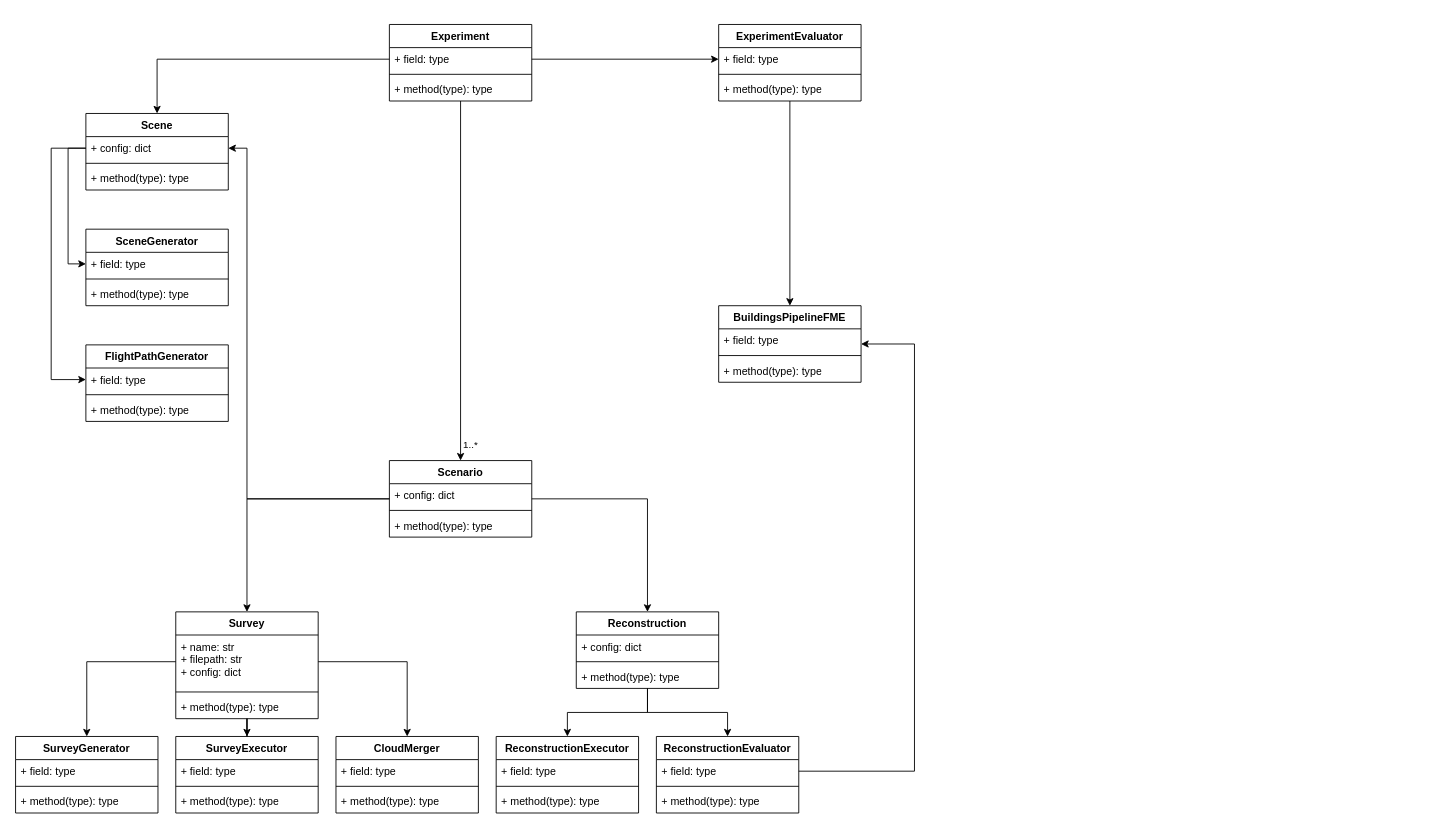
Before: uml/city-to-scan-to-city.drawio in florifal/city-to-scan-to-city, a draw.io diagram. Source tidied: cells renumbered, new cells numbered last; positions are measured from the earlier drawing's top-left corner, leaving out a move shared by most shapes. Both pictures are drawn from the tidied source at 89%, with x=0, y=0 at pixel (15, 24).
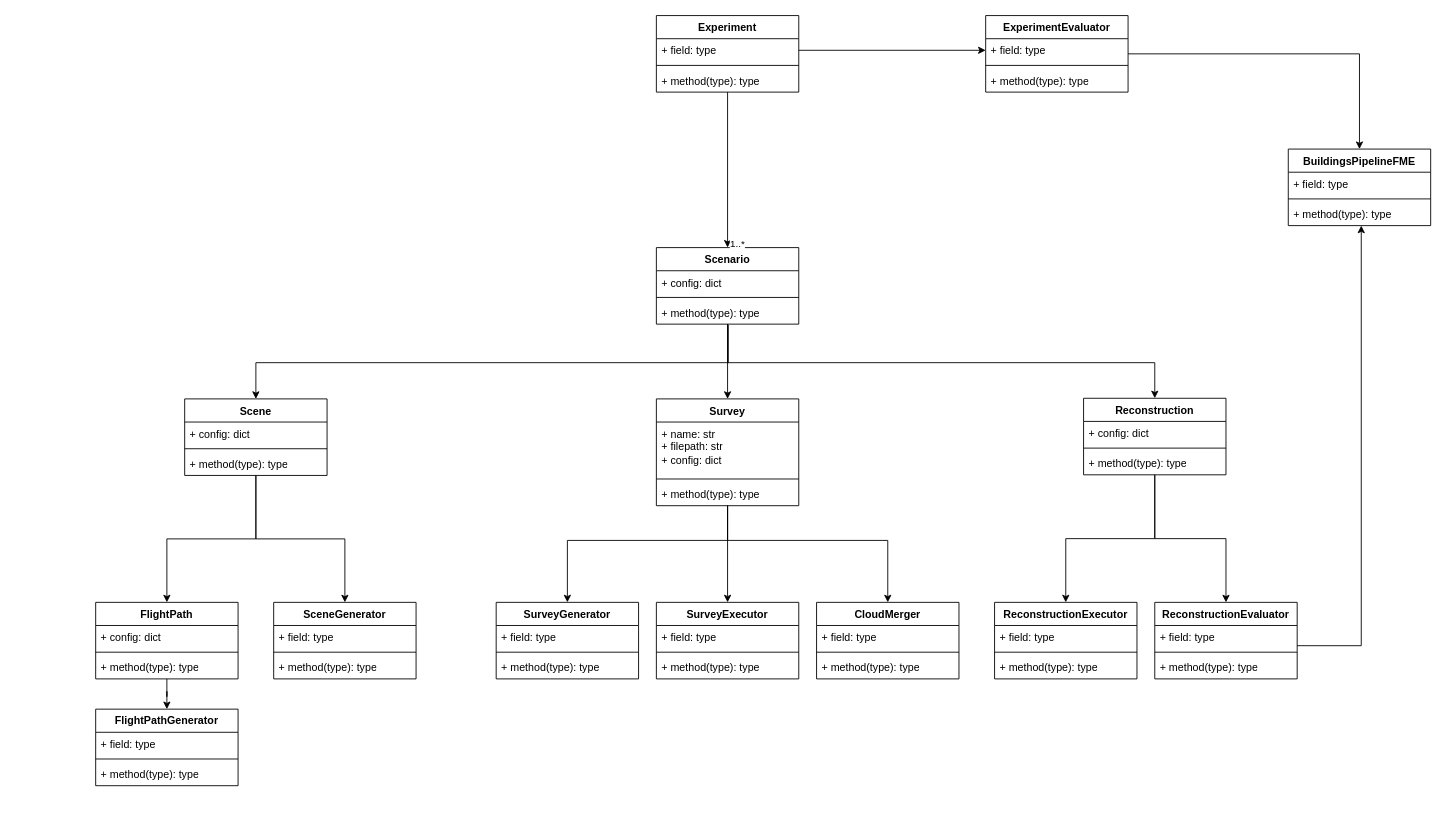
The same diagram, later.

Commit message:
Update UML diagram again

Advance plans for pipeline structure further.

The change refers to these unchanged cells:
```xml
<mxCell id="16" value="+ method(type): type" style="text;strokeColor=none;fillColor=none;align=left;verticalAlign=top;spacingLeft=4;spacingRight=4;overflow=hidden;points=[[0,0.5],[1,0.5]];portConstraint=eastwest;whiteSpace=wrap;html=1;" parent="13" vertex="1">
  <mxGeometry y="60" width="160" height="26" as="geometry" />
</mxCell>
<mxCell id="18" value="+ field: type" style="text;strokeColor=none;fillColor=none;align=left;verticalAlign=top;spacingLeft=4;spacingRight=4;overflow=hidden;points=[[0,0.5],[1,0.5]];portConstraint=eastwest;whiteSpace=wrap;html=1;" parent="17" vertex="1">
  <mxGeometry y="26" width="160" height="26" as="geometry" />
</mxCell>
<mxCell id="22" value="+ field: type" style="text;strokeColor=none;fillColor=none;align=left;verticalAlign=top;spacingLeft=4;spacingRight=4;overflow=hidden;points=[[0,0.5],[1,0.5]];portConstraint=eastwest;whiteSpace=wrap;html=1;" parent="21" vertex="1">
  <mxGeometry y="26" width="160" height="26" as="geometry" />
</mxCell>
<mxCell id="26" value="+ name: str&lt;div&gt;+ filepath: str&lt;/div&gt;&lt;div&gt;+ config: dict&lt;/div&gt;" style="text;strokeColor=none;fillColor=none;align=left;verticalAlign=top;spacingLeft=4;spacingRight=4;overflow=hidden;points=[[0,0.5],[1,0.5]];portConstraint=eastwest;whiteSpace=wrap;html=1;" parent="25" vertex="1">
  <mxGeometry y="26" width="160" height="60" as="geometry" />
</mxCell>
<mxCell id="32" value="+ field: type" style="text;strokeColor=none;fillColor=none;align=left;verticalAlign=top;spacingLeft=4;spacingRight=4;overflow=hidden;points=[[0,0.5],[1,0.5]];portConstraint=eastwest;whiteSpace=wrap;html=1;" parent="31" vertex="1">
  <mxGeometry y="26" width="160" height="26" as="geometry" />
</mxCell>
<mxCell id="41" value="+ config: dict" style="text;strokeColor=none;fillColor=none;align=left;verticalAlign=top;spacingLeft=4;spacingRight=4;overflow=hidden;points=[[0,0.5],[1,0.5]];portConstraint=eastwest;whiteSpace=wrap;html=1;" parent="40" vertex="1">
  <mxGeometry y="26" width="160" height="26" as="geometry" />
</mxCell>
<mxCell id="60" value="+ field: type" style="text;strokeColor=none;fillColor=none;align=left;verticalAlign=top;spacingLeft=4;spacingRight=4;overflow=hidden;points=[[0,0.5],[1,0.5]];portConstraint=eastwest;whiteSpace=wrap;html=1;" parent="59" vertex="1">
  <mxGeometry y="26" width="160" height="26" as="geometry" />
</mxCell>
<mxCell id="66" value="+ method(type): type" style="text;strokeColor=none;fillColor=none;align=left;verticalAlign=top;spacingLeft=4;spacingRight=4;overflow=hidden;points=[[0,0.5],[1,0.5]];portConstraint=eastwest;whiteSpace=wrap;html=1;" parent="63" vertex="1">
  <mxGeometry y="60" width="160" height="26" as="geometry" />
</mxCell>
```

Change to the diagram source:
```diff
@@
     <mxCell id="2" value="SurveyGenerator" style="swimlane;fontStyle=1;align=center;verticalAlign=top;horizontal=1;startSize=26;whiteSpace=wrap;html=1;" parent="1" vertex="1">
-      <mxGeometry y="800" width="160" height="86" as="geometry" />
+      <mxGeometry x="540" y="649.3" width="160" height="86" as="geometry" />
     </mxCell>
@@
     <mxCell id="6" value="SurveyExecutor" style="swimlane;fontStyle=1;align=center;verticalAlign=top;horizontal=1;startSize=26;whiteSpace=wrap;html=1;" parent="1" vertex="1">
-      <mxGeometry x="180" y="800" width="160" height="86" as="geometry" />
+      <mxGeometry x="720" y="649.3" width="160" height="86" as="geometry" />
     </mxCell>
@@
     <mxCell id="10" style="edgeStyle=orthogonalEdgeStyle;rounded=0;jettySize=auto;html=1;entryX=0.5;entryY=0;entryDx=0;entryDy=0;" parent="1" edge="1" source="13" target="25">
-      <mxGeometry relative="1" as="geometry" />
+      <mxGeometry relative="1" as="geometry">
+        <Array as="points">
+          <mxPoint x="800" y="421" />
+        </Array>
+      </mxGeometry>
     </mxCell>
-    <mxCell id="11" style="edgeStyle=orthogonalEdgeStyle;rounded=0;jettySize=auto;html=1;" parent="1" edge="1" source="13" target="51">
-      <mxGeometry relative="1" as="geometry" />
+    <mxCell id="11" style="edgeStyle=orthogonalEdgeStyle;rounded=0;jettySize=auto;html=1;entryX=0.5;entryY=0;entryDx=0;entryDy=0;" parent="1" edge="1" source="13" target="51">
+      <mxGeometry relative="1" as="geometry">
+        <Array as="points">
+          <mxPoint x="800" y="380" />
+          <mxPoint x="1280" y="380" />
+        </Array>
+      </mxGeometry>
     </mxCell>
-    <mxCell id="12" style="edgeStyle=orthogonalEdgeStyle;rounded=0;jettySize=auto;html=1;entryX=1;entryY=0.5;entryDx=0;entryDy=0;" parent="1" edge="1" source="13" target="41">
-      <mxGeometry relative="1" as="geometry">
-        <Array as="points">
-          <mxPoint x="260" y="533" />
-          <mxPoint x="260" y="139" />
-        </Array>
-      </mxGeometry>
-    </mxCell>
     <mxCell id="13" value="Scenario" style="swimlane;fontStyle=1;align=center;verticalAlign=top;horizontal=1;startSize=26;whiteSpace=wrap;html=1;" parent="1" vertex="1">
-      <mxGeometry x="420" y="490" width="160" height="86" as="geometry" />
+      <mxGeometry x="720" y="250.7" width="160" height="86" as="geometry" />
     </mxCell>
@@
     <mxCell id="17" value="&lt;div&gt;FlightPathGenerator&lt;/div&gt;" style="swimlane;fontStyle=1;align=center;verticalAlign=top;horizontal=1;startSize=26;whiteSpace=wrap;html=1;" parent="1" vertex="1">
-      <mxGeometry x="79" y="360" width="160" height="86" as="geometry" />
+      <mxGeometry x="90" y="769.3" width="160" height="86" as="geometry" />
     </mxCell>
@@
     <mxCell id="21" value="SceneGenerator" style="swimlane;fontStyle=1;align=center;verticalAlign=top;horizontal=1;startSize=26;whiteSpace=wrap;html=1;" parent="1" vertex="1">
-      <mxGeometry x="79" y="230" width="160" height="86" as="geometry" />
+      <mxGeometry x="290" y="649.3" width="160" height="86" as="geometry" />
     </mxCell>
@@
+    <mxCell id="74" style="edgeStyle=orthogonalEdgeStyle;rounded=0;jettySize=auto;html=1;entryX=0.5;entryY=0;entryDx=0;entryDy=0;" parent="1" edge="1" source="25" target="2">
+      <mxGeometry relative="1" as="geometry">
+        <Array as="points">
+          <mxPoint x="800" y="579.7" />
+          <mxPoint x="620" y="579.7" />
+        </Array>
+      </mxGeometry>
+    </mxCell>
+    <mxCell id="30" style="edgeStyle=orthogonalEdgeStyle;rounded=0;jettySize=auto;html=1;entryX=0.5;entryY=0;entryDx=0;entryDy=0;" parent="1" edge="1" source="25" target="6">
+      <mxGeometry relative="1" as="geometry" />
+    </mxCell>
+    <mxCell id="75" style="edgeStyle=orthogonalEdgeStyle;rounded=0;jettySize=auto;html=1;entryX=0.5;entryY=0;entryDx=0;entryDy=0;" parent="1" edge="1" source="25" target="35">
+      <mxGeometry relative="1" as="geometry">
+        <Array as="points">
+          <mxPoint x="800" y="579.7" />
+          <mxPoint x="980" y="579.7" />
+        </Array>
+      </mxGeometry>
+    </mxCell>
     <mxCell id="25" value="Survey" style="swimlane;fontStyle=1;align=center;verticalAlign=top;horizontal=1;startSize=26;whiteSpace=wrap;html=1;" parent="1" vertex="1">
-      <mxGeometry x="180" y="660" width="160" height="120" as="geometry" />
+      <mxGeometry x="720" y="420.7" width="160" height="120" as="geometry" />
     </mxCell>
@@
-    <mxCell id="29" style="edgeStyle=orthogonalEdgeStyle;rounded=0;jettySize=auto;html=1;exitX=0;exitY=0.5;exitDx=0;exitDy=0;entryX=0.5;entryY=0;entryDx=0;entryDy=0;" parent="1" edge="1" source="26" target="2">
-      <mxGeometry relative="1" as="geometry" />
-    </mxCell>
-    <mxCell id="30" style="edgeStyle=orthogonalEdgeStyle;rounded=0;jettySize=auto;html=1;" parent="1" edge="1" source="25" target="6">
-      <mxGeometry relative="1" as="geometry" />
-    </mxCell>
     <mxCell id="31" value="Experiment" style="swimlane;fontStyle=1;align=center;verticalAlign=top;horizontal=1;startSize=26;whiteSpace=wrap;html=1;" parent="1" vertex="1">
-      <mxGeometry x="420" width="160" height="86" as="geometry" />
+      <mxGeometry x="720" y="-10" width="160" height="86" as="geometry" />
     </mxCell>
@@
     <mxCell id="35" value="CloudMerger" style="swimlane;fontStyle=1;align=center;verticalAlign=top;horizontal=1;startSize=26;whiteSpace=wrap;html=1;" parent="1" vertex="1">
-      <mxGeometry x="360" y="800" width="160" height="86" as="geometry" />
+      <mxGeometry x="900" y="649.3" width="160" height="86" as="geometry" />
     </mxCell>
@@
-    <mxCell id="39" style="edgeStyle=orthogonalEdgeStyle;rounded=0;jettySize=auto;html=1;exitX=1;exitY=0.5;exitDx=0;exitDy=0;entryX=0.5;entryY=0;entryDx=0;entryDy=0;" parent="1" edge="1" source="26" target="35">
-      <mxGeometry relative="1" as="geometry" />
-    </mxCell>
+    <mxCell id="76" style="edgeStyle=orthogonalEdgeStyle;rounded=0;jettySize=auto;html=1;" parent="1" edge="1" source="40" target="21">
+      <mxGeometry relative="1" as="geometry" />
+    </mxCell>
+    <mxCell id="77" style="edgeStyle=orthogonalEdgeStyle;rounded=0;jettySize=auto;html=1;entryX=0.5;entryY=0;entryDx=0;entryDy=0;" parent="1" edge="1" source="40" target="79">
+      <mxGeometry relative="1" as="geometry" />
+    </mxCell>
     <mxCell id="40" value="Scene" style="swimlane;fontStyle=1;align=center;verticalAlign=top;horizontal=1;startSize=26;whiteSpace=wrap;html=1;" parent="1" vertex="1">
-      <mxGeometry x="79" y="100" width="160" height="86" as="geometry" />
+      <mxGeometry x="190" y="420.7" width="160" height="86" as="geometry" />
     </mxCell>
@@
-    <mxCell id="44" style="edgeStyle=orthogonalEdgeStyle;rounded=0;jettySize=auto;html=1;exitX=0;exitY=0.5;exitDx=0;exitDy=0;entryX=0.5;entryY=0;entryDx=0;entryDy=0;" parent="1" edge="1" source="32" target="40">
-      <mxGeometry relative="1" as="geometry" />
-    </mxCell>
-    <mxCell id="45" style="edgeStyle=orthogonalEdgeStyle;rounded=0;jettySize=auto;html=1;entryX=0;entryY=0.5;entryDx=0;entryDy=0;" parent="1" edge="1" source="41" target="22">
-      <mxGeometry relative="1" as="geometry" />
-    </mxCell>
-    <mxCell id="46" style="edgeStyle=orthogonalEdgeStyle;rounded=0;jettySize=auto;html=1;entryX=0;entryY=0.5;entryDx=0;entryDy=0;" parent="1" edge="1" source="41" target="18">
-      <mxGeometry relative="1" as="geometry">
-        <Array as="points">
-          <mxPoint x="40" y="139" />
-          <mxPoint x="40" y="399" />
-        </Array>
-      </mxGeometry>
-    </mxCell>
@@
     <mxCell id="51" value="Reconstruction" style="swimlane;fontStyle=1;align=center;verticalAlign=top;horizontal=1;startSize=26;whiteSpace=wrap;html=1;" parent="1" vertex="1">
-      <mxGeometry x="630" y="660" width="160" height="86" as="geometry" />
+      <mxGeometry x="1200" y="420" width="160" height="86" as="geometry" />
     </mxCell>
@@
     <mxCell id="55" value="ReconstructionExecutor" style="swimlane;fontStyle=1;align=center;verticalAlign=top;horizontal=1;startSize=26;whiteSpace=wrap;html=1;" parent="1" vertex="1">
-      <mxGeometry x="540" y="800" width="160" height="86" as="geometry" />
+      <mxGeometry x="1100" y="649.3" width="160" height="86" as="geometry" />
     </mxCell>
@@
     <mxCell id="59" value="ReconstructionEvaluator" style="swimlane;fontStyle=1;align=center;verticalAlign=top;horizontal=1;startSize=26;whiteSpace=wrap;html=1;" parent="1" vertex="1">
-      <mxGeometry x="720" y="800" width="160" height="86" as="geometry" />
+      <mxGeometry x="1280" y="649.3" width="160" height="86" as="geometry" />
     </mxCell>
@@
     <mxCell id="63" value="BuildingsPipelineFME" style="swimlane;fontStyle=1;align=center;verticalAlign=top;horizontal=1;startSize=26;whiteSpace=wrap;html=1;" parent="1" vertex="1">
-      <mxGeometry x="790" y="316" width="160" height="86" as="geometry" />
+      <mxGeometry x="1430" y="140" width="160" height="86" as="geometry" />
     </mxCell>
@@
-    <mxCell id="67" style="edgeStyle=orthogonalEdgeStyle;rounded=0;jettySize=auto;html=1;" parent="1" edge="1" source="60" target="63">
-      <mxGeometry relative="1" as="geometry">
-        <Array as="points">
-          <mxPoint x="1010" y="839" />
-          <mxPoint x="1010" y="359" />
-        </Array>
-      </mxGeometry>
-    </mxCell>
@@
     <mxCell id="69" value="ExperimentEvaluator" style="swimlane;fontStyle=1;align=center;verticalAlign=top;horizontal=1;startSize=26;whiteSpace=wrap;html=1;" parent="1" vertex="1">
-      <mxGeometry x="790" width="160" height="86" as="geometry" />
+      <mxGeometry x="1090" y="-10" width="160" height="86" as="geometry" />
     </mxCell>
@@
+    <mxCell id="78" style="edgeStyle=orthogonalEdgeStyle;rounded=0;jettySize=auto;html=1;entryX=0.5;entryY=0;entryDx=0;entryDy=0;" parent="1" edge="1" source="79" target="17">
+      <mxGeometry relative="1" as="geometry" />
+    </mxCell>
+    <mxCell id="79" value="FlightPath" style="swimlane;fontStyle=1;align=center;verticalAlign=top;horizontal=1;startSize=26;whiteSpace=wrap;html=1;" parent="1" vertex="1">
+      <mxGeometry x="90" y="649.3" width="160" height="86" as="geometry" />
+    </mxCell>
+    <mxCell id="80" value="+ config: dict" style="text;strokeColor=none;fillColor=none;align=left;verticalAlign=top;spacingLeft=4;spacingRight=4;overflow=hidden;whiteSpace=wrap;html=1;" parent="79" vertex="1">
+      <mxGeometry y="26" width="160" height="26" as="geometry" />
+    </mxCell>
+    <mxCell id="81" style="line;strokeWidth=1;fillColor=none;align=left;verticalAlign=middle;spacingTop=-1;spacingLeft=3;spacingRight=3;labelPosition=right;strokeColor=inherit;" parent="79" vertex="1">
+      <mxGeometry y="52" width="160" height="8" as="geometry" />
+    </mxCell>
+    <mxCell id="82" value="+ method(type): type" style="text;strokeColor=none;fillColor=none;align=left;verticalAlign=top;spacingLeft=4;spacingRight=4;overflow=hidden;whiteSpace=wrap;html=1;" parent="79" vertex="1">
+      <mxGeometry y="60" width="160" height="26" as="geometry" />
+    </mxCell>
+    <mxCell id="83" style="edgeStyle=orthogonalEdgeStyle;rounded=0;jettySize=auto;html=1;entryX=0.5;entryY=0;entryDx=0;entryDy=0;exitX=0.505;exitY=1.03;exitDx=0;exitDy=0;exitPerimeter=0;" parent="1" edge="1" source="16" target="40">
+      <mxGeometry relative="1" as="geometry">
+        <Array as="points">
+          <mxPoint x="801" y="380" />
+          <mxPoint x="270" y="380" />
+        </Array>
+      </mxGeometry>
+    </mxCell>
+    <mxCell id="84" style="edgeStyle=orthogonalEdgeStyle;rounded=0;jettySize=auto;html=1;" parent="1" edge="1" source="60" target="66">
+      <mxGeometry relative="1" as="geometry">
+        <Array as="points">
+          <mxPoint x="1512" y="698" />
+        </Array>
+      </mxGeometry>
+    </mxCell>
```
